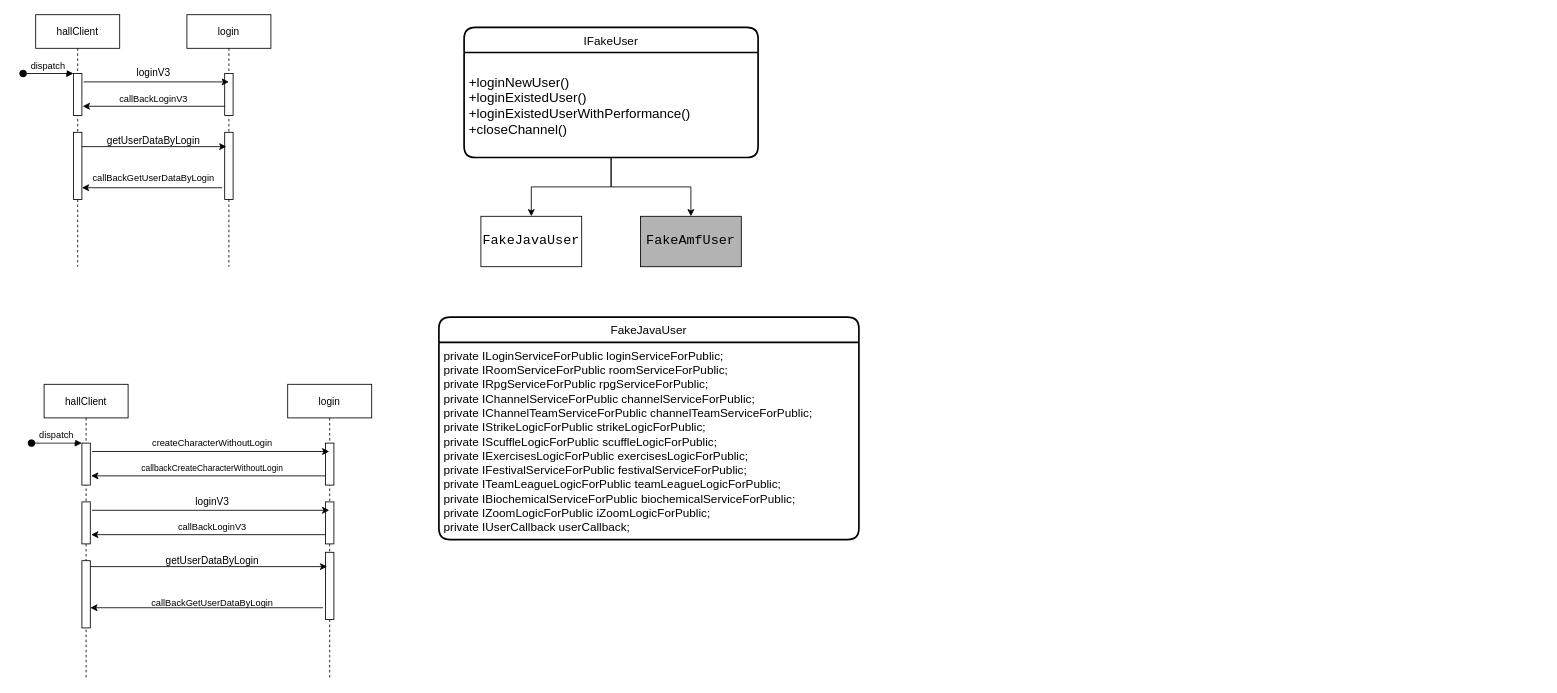
The draw.io diagram 未命名绘图.drawio in Ordertiny/graph, before the edit. Source tidied: cells renumbered, new cells numbered last; positions are measured from the earlier drawing's top-left corner, leaving out a move shared by most shapes. Both pictures are drawn from the tidied source at 84%, with x=0, y=0 at pixel (23, 14).
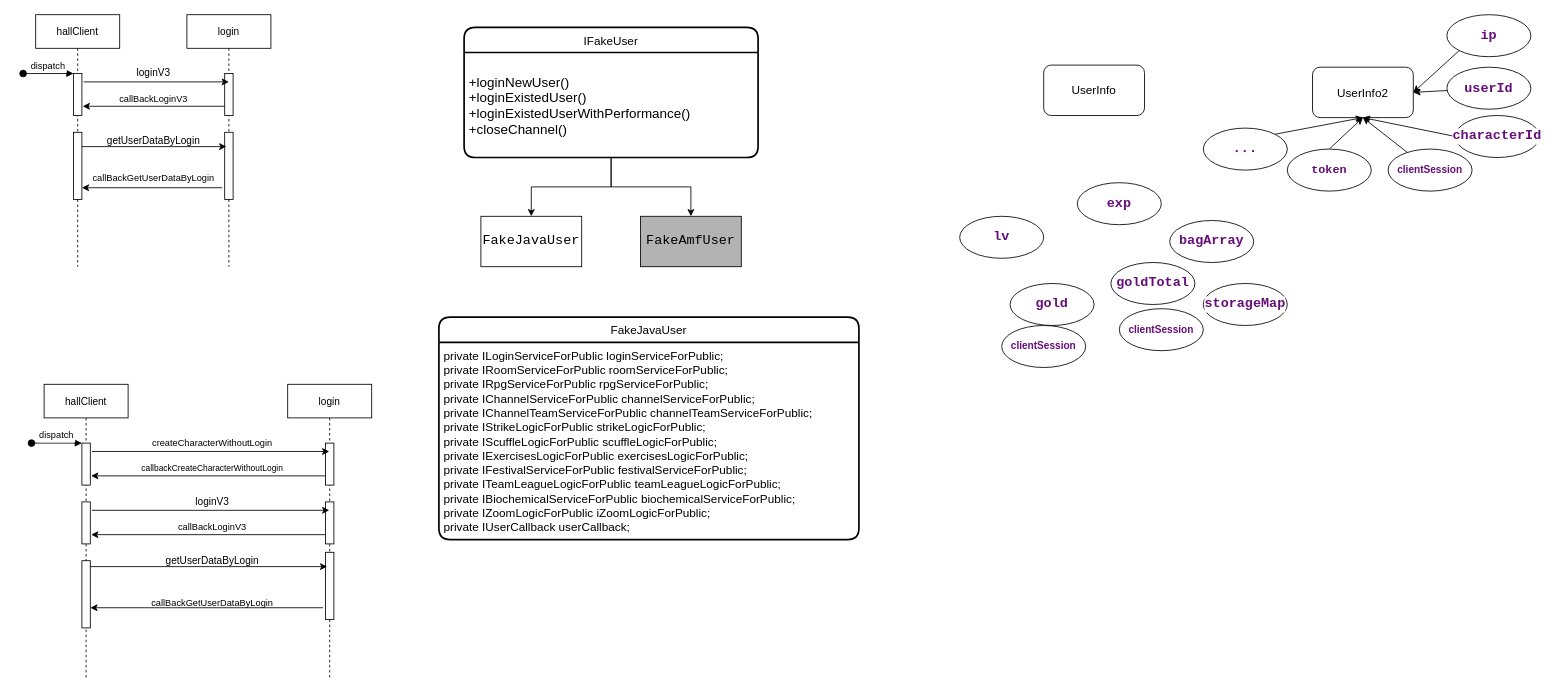
Above is the later version.

Commit message (it also covers changes not shown here):
更新未命名绘图.drawio

Diff of the diagram source:
```diff
@@
+    <mxCell id="46" value="&lt;span&gt;UserInfo&lt;/span&gt;" style="rounded=1;whiteSpace=wrap;html=1;labelBackgroundColor=none;fontFamily=Helvetica;fontSize=14;fontColor=default;fillColor=#FFFFFF;" parent="1" vertex="1">
+      <mxGeometry x="1215" y="60" width="120" height="60" as="geometry" />
+    </mxCell>
+    <mxCell id="47" value="&lt;span&gt;UserInfo2&lt;/span&gt;" style="rounded=1;whiteSpace=wrap;html=1;labelBackgroundColor=none;fontFamily=Helvetica;fontSize=14;fontColor=default;fillColor=#FFFFFF;" parent="1" vertex="1">
+      <mxGeometry x="1535" y="62.5" width="120" height="60" as="geometry" />
+    </mxCell>
+    <mxCell id="48" style="edgeStyle=none;rounded=0;jettySize=auto;html=1;entryX=0.5;entryY=1;entryDx=0;entryDy=0;fontFamily=Helvetica;fontSize=14;fontColor=default;" parent="1" edge="1" source="49" target="47">
+      <mxGeometry relative="1" as="geometry" />
+    </mxCell>
+    <mxCell id="49" value="&lt;div style=&quot;background-color: rgb(255, 255, 255); font-size: 12px;&quot;&gt;&lt;span style=&quot;color: rgb(102, 14, 122); font-weight: bold; font-size: 12px;&quot;&gt;clientSession&lt;/span&gt;&lt;/div&gt;" style="ellipse;whiteSpace=wrap;html=1;labelBackgroundColor=none;fontFamily=Helvetica;fontSize=12;fontColor=default;fillColor=#FFFFFF;" parent="1" vertex="1">
+      <mxGeometry x="1625" y="160" width="100" height="50" as="geometry" />
+    </mxCell>
+    <mxCell id="50" style="rounded=0;jettySize=auto;html=1;exitX=0.5;exitY=0;exitDx=0;exitDy=0;fontFamily=Helvetica;fontSize=14;fontColor=default;entryX=0.5;entryY=1;entryDx=0;entryDy=0;" parent="1" edge="1" source="51" target="47">
+      <mxGeometry relative="1" as="geometry" />
+    </mxCell>
+    <mxCell id="51" value="&lt;div style=&quot;background-color: rgb(255, 255, 255); font-size: 14px;&quot;&gt;&lt;pre style=&quot;font-size: 14px;&quot;&gt;&lt;span style=&quot;color: rgb(102, 14, 122); font-weight: bold; font-size: 14px;&quot;&gt;token&lt;/span&gt;&lt;/pre&gt;&lt;/div&gt;" style="ellipse;whiteSpace=wrap;html=1;labelBackgroundColor=none;fontFamily=Helvetica;fontSize=14;fontColor=default;fillColor=#FFFFFF;" parent="1" vertex="1">
+      <mxGeometry x="1505" y="160" width="100" height="50" as="geometry" />
+    </mxCell>
+    <mxCell id="52" style="edgeStyle=none;rounded=0;jettySize=auto;html=1;exitX=0;exitY=1;exitDx=0;exitDy=0;entryX=1;entryY=0.5;entryDx=0;entryDy=0;fontFamily=Helvetica;fontSize=14;fontColor=default;" parent="1" edge="1" source="53" target="47">
+      <mxGeometry relative="1" as="geometry" />
+    </mxCell>
+    <mxCell id="53" value="&lt;div style=&quot;background-color: rgb(255 , 255 , 255) ; font-size: 14px&quot;&gt;&lt;pre style=&quot;font-size: 14px&quot;&gt;&lt;pre style=&quot;font-size: 12pt&quot;&gt;&lt;span style=&quot;color: #660e7a ; font-weight: bold&quot;&gt;ip&lt;/span&gt;&lt;/pre&gt;&lt;/pre&gt;&lt;/div&gt;" style="ellipse;whiteSpace=wrap;html=1;labelBackgroundColor=none;fontFamily=Helvetica;fontSize=14;fontColor=default;fillColor=#FFFFFF;" parent="1" vertex="1">
+      <mxGeometry x="1695" width="100" height="50" as="geometry" />
+    </mxCell>
+    <mxCell id="54" style="edgeStyle=none;rounded=0;jettySize=auto;html=1;exitX=0;exitY=0.5;exitDx=0;exitDy=0;entryX=0.5;entryY=1;entryDx=0;entryDy=0;fontFamily=Helvetica;fontSize=14;fontColor=default;" parent="1" edge="1" source="55" target="47">
+      <mxGeometry relative="1" as="geometry" />
+    </mxCell>
+    <mxCell id="55" value="&lt;div style=&quot;background-color: rgb(255 , 255 , 255) ; font-size: 14px&quot;&gt;&lt;pre style=&quot;font-size: 14px&quot;&gt;&lt;pre style=&quot;font-size: 12pt&quot;&gt;&lt;span style=&quot;color: #660e7a ; font-weight: bold&quot;&gt;characterId&lt;/span&gt;&lt;/pre&gt;&lt;/pre&gt;&lt;/div&gt;" style="ellipse;whiteSpace=wrap;html=1;labelBackgroundColor=none;fontFamily=Helvetica;fontSize=14;fontColor=default;fillColor=#FFFFFF;" parent="1" vertex="1">
+      <mxGeometry x="1705" y="120" width="100" height="50" as="geometry" />
+    </mxCell>
+    <mxCell id="56" style="edgeStyle=none;rounded=0;jettySize=auto;html=1;entryX=1;entryY=0.5;entryDx=0;entryDy=0;fontFamily=Helvetica;fontSize=14;fontColor=default;" parent="1" edge="1" source="57" target="47">
+      <mxGeometry relative="1" as="geometry" />
+    </mxCell>
+    <mxCell id="57" value="&lt;div style=&quot;background-color: rgb(255 , 255 , 255) ; font-size: 14px&quot;&gt;&lt;pre style=&quot;font-size: 14px&quot;&gt;&lt;pre style=&quot;font-size: 12pt&quot;&gt;&lt;span style=&quot;color: #660e7a ; font-weight: bold&quot;&gt;userId&lt;/span&gt;&lt;/pre&gt;&lt;/pre&gt;&lt;/div&gt;" style="ellipse;whiteSpace=wrap;html=1;labelBackgroundColor=none;fontFamily=Helvetica;fontSize=14;fontColor=default;fillColor=#FFFFFF;" parent="1" vertex="1">
+      <mxGeometry x="1695" y="62.5" width="100" height="50" as="geometry" />
+    </mxCell>
+    <mxCell id="58" style="edgeStyle=none;rounded=0;jettySize=auto;html=1;exitX=1;exitY=0;exitDx=0;exitDy=0;entryX=0.5;entryY=1;entryDx=0;entryDy=0;fontFamily=Helvetica;fontSize=14;fontColor=default;" parent="1" edge="1" source="59" target="47">
+      <mxGeometry relative="1" as="geometry" />
+    </mxCell>
+    <mxCell id="59" value="&lt;div style=&quot;background-color: rgb(255 , 255 , 255) ; font-size: 14px&quot;&gt;&lt;pre style=&quot;font-size: 14px&quot;&gt;&lt;pre style=&quot;font-size: 12pt&quot;&gt;&lt;span style=&quot;color: #660e7a ; font-weight: bold&quot;&gt;...&lt;/span&gt;&lt;/pre&gt;&lt;/pre&gt;&lt;/div&gt;" style="ellipse;whiteSpace=wrap;html=1;labelBackgroundColor=none;fontFamily=Helvetica;fontSize=14;fontColor=default;fillColor=#FFFFFF;" parent="1" vertex="1">
+      <mxGeometry x="1405" y="135" width="100" height="50" as="geometry" />
+    </mxCell>
+    <mxCell id="60" value="&lt;div style=&quot;background-color: rgb(255 , 255 , 255) ; font-size: 12px&quot;&gt;&lt;pre style=&quot;font-size: 12pt&quot;&gt;&lt;span style=&quot;color: #660e7a ; font-weight: bold&quot;&gt;lv&lt;/span&gt;&lt;/pre&gt;&lt;/div&gt;" style="ellipse;whiteSpace=wrap;html=1;labelBackgroundColor=none;fontFamily=Helvetica;fontSize=12;fontColor=default;fillColor=#FFFFFF;" parent="1" vertex="1">
+      <mxGeometry x="1115" y="240" width="100" height="50" as="geometry" />
+    </mxCell>
+    <mxCell id="61" value="&lt;div style=&quot;background-color: rgb(255 , 255 , 255) ; font-size: 12px&quot;&gt;&lt;pre style=&quot;font-size: 12pt&quot;&gt;&lt;span style=&quot;color: #660e7a ; font-weight: bold&quot;&gt;gold&lt;/span&gt;&lt;/pre&gt;&lt;/div&gt;" style="ellipse;whiteSpace=wrap;html=1;labelBackgroundColor=none;fontFamily=Helvetica;fontSize=12;fontColor=default;fillColor=#FFFFFF;" parent="1" vertex="1">
+      <mxGeometry x="1175" y="320" width="100" height="50" as="geometry" />
+    </mxCell>
+    <mxCell id="62" value="&lt;div style=&quot;background-color: rgb(255 , 255 , 255) ; font-size: 12px&quot;&gt;&lt;pre style=&quot;font-size: 12pt&quot;&gt;&lt;span style=&quot;color: #660e7a ; font-weight: bold&quot;&gt;goldTotal&lt;/span&gt;&lt;/pre&gt;&lt;/div&gt;" style="ellipse;whiteSpace=wrap;html=1;labelBackgroundColor=none;fontFamily=Helvetica;fontSize=12;fontColor=default;fillColor=#FFFFFF;" parent="1" vertex="1">
+      <mxGeometry x="1295" y="295" width="100" height="50" as="geometry" />
+    </mxCell>
+    <mxCell id="63" value="&lt;div style=&quot;background-color: rgb(255 , 255 , 255) ; font-size: 12px&quot;&gt;&lt;pre style=&quot;font-size: 12pt&quot;&gt;&lt;span style=&quot;color: #660e7a ; font-weight: bold&quot;&gt;exp&lt;/span&gt;&lt;/pre&gt;&lt;/div&gt;" style="ellipse;whiteSpace=wrap;html=1;labelBackgroundColor=none;fontFamily=Helvetica;fontSize=12;fontColor=default;fillColor=#FFFFFF;" parent="1" vertex="1">
+      <mxGeometry x="1255" y="200" width="100" height="50" as="geometry" />
+    </mxCell>
+    <mxCell id="64" value="&lt;div style=&quot;background-color: rgb(255, 255, 255); font-size: 12px;&quot;&gt;&lt;span style=&quot;color: rgb(102, 14, 122); font-weight: bold; font-size: 12px;&quot;&gt;clientSession&lt;/span&gt;&lt;/div&gt;" style="ellipse;whiteSpace=wrap;html=1;labelBackgroundColor=none;fontFamily=Helvetica;fontSize=12;fontColor=default;fillColor=#FFFFFF;" parent="1" vertex="1">
+      <mxGeometry x="1165" y="370" width="100" height="50" as="geometry" />
+    </mxCell>
+    <mxCell id="65" value="&lt;div style=&quot;background-color: rgb(255, 255, 255); font-size: 12px;&quot;&gt;&lt;span style=&quot;color: rgb(102, 14, 122); font-weight: bold; font-size: 12px;&quot;&gt;clientSession&lt;/span&gt;&lt;/div&gt;" style="ellipse;whiteSpace=wrap;html=1;labelBackgroundColor=none;fontFamily=Helvetica;fontSize=12;fontColor=default;fillColor=#FFFFFF;" parent="1" vertex="1">
+      <mxGeometry x="1305" y="350" width="100" height="50" as="geometry" />
+    </mxCell>
+    <mxCell id="66" value="&lt;div style=&quot;background-color: rgb(255 , 255 , 255) ; font-size: 12px&quot;&gt;&lt;pre style=&quot;font-size: 12pt&quot;&gt;&lt;span style=&quot;color: #660e7a ; font-weight: bold&quot;&gt;bagArray&lt;/span&gt;&lt;/pre&gt;&lt;/div&gt;" style="ellipse;whiteSpace=wrap;html=1;labelBackgroundColor=none;fontFamily=Helvetica;fontSize=12;fontColor=default;fillColor=#FFFFFF;" parent="1" vertex="1">
+      <mxGeometry x="1365" y="245" width="100" height="50" as="geometry" />
+    </mxCell>
+    <mxCell id="67" value="&lt;div style=&quot;background-color: rgb(255 , 255 , 255) ; font-size: 12px&quot;&gt;&lt;pre style=&quot;font-size: 12pt&quot;&gt;&lt;span style=&quot;color: #660e7a ; font-weight: bold&quot;&gt;storageMap&lt;/span&gt;&lt;/pre&gt;&lt;/div&gt;" style="ellipse;whiteSpace=wrap;html=1;labelBackgroundColor=none;fontFamily=Helvetica;fontSize=12;fontColor=default;fillColor=#FFFFFF;" parent="1" vertex="1">
+      <mxGeometry x="1405" y="320" width="100" height="50" as="geometry" />
+    </mxCell>
```
